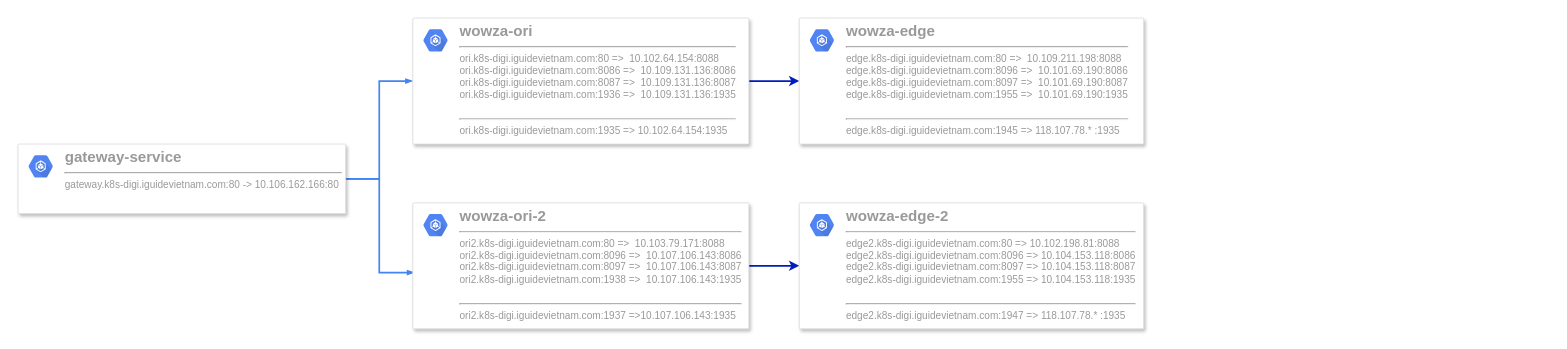
Earlier version of the draw.io diagram page "Page-1" (1 of 2) of service workflow/service.drawio (TheMacCuoi/streaming-services-structure). Source tidied: cells renumbered, new cells numbered last; positions are measured from the earlier drawing's top-left corner, leaving out a move shared by most shapes. Both pictures are drawn from the tidied source at 84%, with x=0, y=0 at pixel (18, 18).
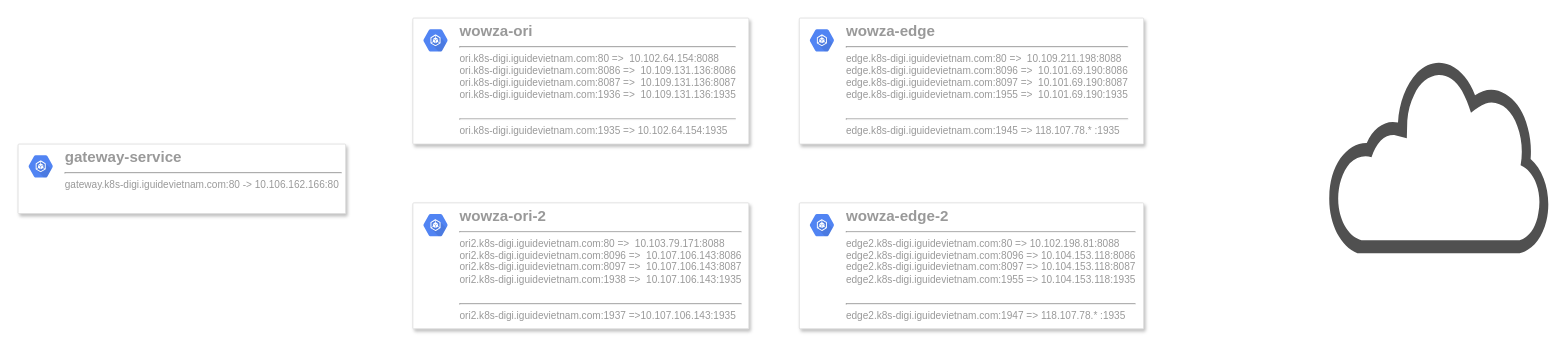
The same diagram, later.

What changed in the source:
```diff
@@
 <mxGraphModel>
   <root>
     <mxCell id="0" />
     <mxCell id="1" parent="0" />
-    <mxCell id="2" style="edgeStyle=orthogonalEdgeStyle;rounded=0;elbow=vertical;html=1;labelBackgroundColor=none;startFill=1;startSize=4;endArrow=blockThin;endFill=1;endSize=4;jettySize=auto;strokeColor=#4284F3;strokeWidth=2;fontSize=12;fontColor=#000000;align=left;dashed=0;entryX=0;entryY=0.5;entryDx=0;entryDy=0;exitX=1;exitY=0.5;exitDx=0;exitDy=0;" parent="1" edge="1" source="7" target="5">
-      <mxGeometry relative="1" as="geometry" />
-    </mxCell>
-    <mxCell id="3" style="edgeStyle=orthogonalEdgeStyle;rounded=0;elbow=vertical;html=1;labelBackgroundColor=none;startFill=1;startSize=4;endArrow=blockThin;endFill=1;endSize=4;jettySize=auto;strokeColor=#4284F3;strokeWidth=2;fontSize=12;fontColor=#000000;align=left;dashed=0;exitX=1;exitY=0.5;exitDx=0;exitDy=0;entryX=0.005;entryY=0.553;entryDx=0;entryDy=0;entryPerimeter=0;" parent="1" edge="1" source="7" target="10">
-      <mxGeometry relative="1" as="geometry" />
-    </mxCell>
-    <mxCell id="4" style="edgeStyle=orthogonalEdgeStyle;rounded=0;jettySize=auto;html=1;entryX=0;entryY=0.5;entryDx=0;entryDy=0;fillColor=#0050ef;strokeColor=#001DBC;strokeWidth=2;" parent="1" edge="1" source="5" target="12">
-      <mxGeometry relative="1" as="geometry" />
-    </mxCell>
     <mxCell id="5" style="strokeColor=#dddddd;fillColor=#ffffff;shadow=1;strokeWidth=1;rounded=1;absoluteArcSize=1;arcSize=2;fontSize=11;fontColor=#9E9E9E;align=center;html=1;" parent="1" vertex="1">
       <mxGeometry x="470" width="400" height="150" as="geometry" />
     </mxCell>
     <mxCell id="6" value="&lt;b&gt;&lt;font style=&quot;&quot;&gt;&lt;font style=&quot;font-size: 18px;&quot;&gt;wowza-ori&lt;/font&gt;&lt;br&gt;&lt;/font&gt;&lt;/b&gt;&lt;hr&gt;ori.k8s-digi.iguidevietnam.com:80 =&amp;gt;&amp;nbsp;&amp;nbsp;10.102.64.154:8088&lt;br&gt;ori.k8s-digi.iguidevietnam.com:8086 =&amp;gt;&amp;nbsp; 10.109.131.136:8086&lt;br&gt;ori.k8s-digi.iguidevietnam.com:8087 =&amp;gt;&amp;nbsp; 10.109.131.136:8087&lt;br&gt;ori.k8s-digi.iguidevietnam.com:1936 =&amp;gt;&amp;nbsp; 10.109.131.136:1935&lt;br&gt;&lt;br style=&quot;border-color: var(--border-color);&quot;&gt;&lt;hr style=&quot;border-color: var(--border-color);&quot;&gt;ori.k8s-digi.iguidevietnam.com:1935 =&amp;gt;&amp;nbsp;10.102.64.154:1935&amp;nbsp;" style="dashed=0;html=1;fillColor=#5184F3;strokeColor=none;shape=mxgraph.gcp2.hexIcon;prIcon=container_engine;labelPosition=right;verticalLabelPosition=middle;align=left;verticalAlign=top;spacingLeft=5;fontColor=#999999;fontSize=12;spacingTop=-8;" parent="5" vertex="1">
       <mxGeometry width="44" height="39" relative="1" as="geometry">
         <mxPoint x="5" y="7" as="offset" />
       </mxGeometry>
     </mxCell>
     <mxCell id="7" style="strokeColor=#dddddd;fillColor=#ffffff;shadow=1;strokeWidth=1;rounded=1;absoluteArcSize=1;arcSize=2;fontSize=11;fontColor=#9E9E9E;align=center;html=1;" parent="1" vertex="1">
       <mxGeometry y="150" width="390" height="82.8" as="geometry" />
     </mxCell>
     <mxCell id="8" value="&lt;b&gt;&lt;font style=&quot;font-size: 18px;&quot;&gt;gateway-service&lt;/font&gt;&lt;/b&gt;&lt;br&gt;&lt;hr&gt;gateway.k8s-digi.iguidevietnam.com:80 -&amp;gt;&amp;nbsp;10.106.162.166:80&amp;nbsp;" style="dashed=0;html=1;fillColor=#5184F3;strokeColor=none;shape=mxgraph.gcp2.hexIcon;prIcon=container_engine;labelPosition=right;verticalLabelPosition=middle;align=left;verticalAlign=top;spacingLeft=5;fontColor=#999999;fontSize=12;spacingTop=-8;" parent="7" vertex="1">
       <mxGeometry width="44" height="39" relative="1" as="geometry">
         <mxPoint x="5" y="7" as="offset" />
       </mxGeometry>
     </mxCell>
-    <mxCell id="9" style="edgeStyle=orthogonalEdgeStyle;rounded=0;jettySize=auto;html=1;entryX=0;entryY=0.5;entryDx=0;entryDy=0;fillColor=#0050ef;strokeColor=#001DBC;strokeWidth=2;" parent="1" edge="1" source="10" target="14">
-      <mxGeometry relative="1" as="geometry" />
-    </mxCell>
     <mxCell id="10" style="strokeColor=#dddddd;fillColor=#ffffff;shadow=1;strokeWidth=1;rounded=1;absoluteArcSize=1;arcSize=2;fontSize=11;fontColor=#9E9E9E;align=center;html=1;" parent="1" vertex="1">
       <mxGeometry x="470" y="220" width="400" height="150" as="geometry" />
     </mxCell>
     <mxCell id="11" value="&lt;b&gt;&lt;font style=&quot;&quot;&gt;&lt;font style=&quot;font-size: 18px;&quot;&gt;wowza-ori-2&lt;/font&gt;&lt;br&gt;&lt;/font&gt;&lt;/b&gt;&lt;hr&gt;ori2.k8s-digi.iguidevietnam.com:80 =&amp;gt;&amp;nbsp;&amp;nbsp;10.103.79.171:8088&lt;br&gt;ori2.k8s-digi.iguidevietnam.com:8096 =&amp;gt;&amp;nbsp; 10.107.106.143:8086&lt;br&gt;ori2.k8s-digi.iguidevietnam.com:8097 =&amp;gt;&amp;nbsp; 10.107.106.143:8087&lt;br&gt;ori2.k8s-digi.iguidevietnam.com:1938 =&amp;gt;&amp;nbsp; 10.107.106.143:1935&lt;br&gt;&lt;br style=&quot;border-color: var(--border-color);&quot;&gt;&lt;hr style=&quot;border-color: var(--border-color);&quot;&gt;ori2.k8s-digi.iguidevietnam.com:1937 =&amp;gt;10.107.106.143:1935&amp;nbsp;" style="dashed=0;html=1;fillColor=#5184F3;strokeColor=none;shape=mxgraph.gcp2.hexIcon;prIcon=container_engine;labelPosition=right;verticalLabelPosition=middle;align=left;verticalAlign=top;spacingLeft=5;fontColor=#999999;fontSize=12;spacingTop=-8;" parent="10" vertex="1">
       <mxGeometry width="44" height="39" relative="1" as="geometry">
         <mxPoint x="5" y="7" as="offset" />
       </mxGeometry>
     </mxCell>
     <mxCell id="12" style="strokeColor=#dddddd;fillColor=#ffffff;shadow=1;strokeWidth=1;rounded=1;absoluteArcSize=1;arcSize=2;fontSize=11;fontColor=#9E9E9E;align=center;html=1;" parent="1" vertex="1">
       <mxGeometry x="930" width="410" height="150" as="geometry" />
     </mxCell>
     <mxCell id="13" value="&lt;b&gt;&lt;font style=&quot;&quot;&gt;&lt;font style=&quot;font-size: 18px;&quot;&gt;wowza-edge&lt;/font&gt;&lt;br&gt;&lt;/font&gt;&lt;/b&gt;&lt;hr&gt;edge.k8s-digi.iguidevietnam.com:80 =&amp;gt;&amp;nbsp;&amp;nbsp;10.109.211.198:8088&lt;br&gt;edge.k8s-digi.iguidevietnam.com:8096 =&amp;gt;&amp;nbsp; 10.101.69.190:8086&lt;br&gt;edge.k8s-digi.iguidevietnam.com:8097 =&amp;gt;&amp;nbsp; 10.101.69.190:8087&lt;br&gt;edge.k8s-digi.iguidevietnam.com:1955 =&amp;gt;&amp;nbsp;&amp;nbsp;10.101.69.190:1935&lt;br&gt;&lt;br style=&quot;border-color: var(--border-color);&quot;&gt;&lt;hr style=&quot;border-color: var(--border-color);&quot;&gt;edge.k8s-digi.iguidevietnam.com:1945 =&amp;gt; 118.107.78.* :1935&amp;nbsp;" style="dashed=0;html=1;fillColor=#5184F3;strokeColor=none;shape=mxgraph.gcp2.hexIcon;prIcon=container_engine;labelPosition=right;verticalLabelPosition=middle;align=left;verticalAlign=top;spacingLeft=5;fontColor=#999999;fontSize=12;spacingTop=-8;" parent="12" vertex="1">
       <mxGeometry width="44" height="39" relative="1" as="geometry">
         <mxPoint x="5" y="7" as="offset" />
       </mxGeometry>
     </mxCell>
     <mxCell id="14" style="strokeColor=#dddddd;fillColor=#ffffff;shadow=1;strokeWidth=1;rounded=1;absoluteArcSize=1;arcSize=2;fontSize=11;fontColor=#9E9E9E;align=center;html=1;" parent="1" vertex="1">
       <mxGeometry x="930" y="220" width="410" height="150" as="geometry" />
     </mxCell>
     <mxCell id="15" value="&lt;b&gt;&lt;font style=&quot;&quot;&gt;&lt;font style=&quot;font-size: 18px;&quot;&gt;wowza-edge-2&lt;/font&gt;&lt;br&gt;&lt;/font&gt;&lt;/b&gt;&lt;hr&gt;edge2.k8s-digi.iguidevietnam.com:80 =&amp;gt; 10.102.198.81:8088&lt;br&gt;edge2.k8s-digi.iguidevietnam.com:8096 =&amp;gt; 10.104.153.118:8086&lt;br&gt;edge2.k8s-digi.iguidevietnam.com:8097 =&amp;gt;&amp;nbsp;10.104.153.118:8087&lt;br&gt;edge2.k8s-digi.iguidevietnam.com:1955 =&amp;gt; 10.104.153.118:1935&lt;br&gt;&lt;br style=&quot;border-color: var(--border-color);&quot;&gt;&lt;hr style=&quot;border-color: var(--border-color);&quot;&gt;edge2.k8s-digi.iguidevietnam.com:1947 =&amp;gt; 118.107.78.* :1935&amp;nbsp;" style="dashed=0;html=1;fillColor=#5184F3;strokeColor=none;shape=mxgraph.gcp2.hexIcon;prIcon=container_engine;labelPosition=right;verticalLabelPosition=middle;align=left;verticalAlign=top;spacingLeft=5;fontColor=#999999;fontSize=12;spacingTop=-8;" parent="14" vertex="1">
       <mxGeometry width="44" height="39" relative="1" as="geometry">
         <mxPoint x="5" y="7" as="offset" />
       </mxGeometry>
     </mxCell>
+    <mxCell id="16" style="sketch=0;shadow=0;dashed=0;html=1;strokeColor=none;fillColor=#505050;labelPosition=center;verticalLabelPosition=bottom;verticalAlign=top;align=center;shape=mxgraph.office.clouds.cloud;" parent="1" vertex="1">
+      <mxGeometry x="1560" y="50" width="266" height="230" as="geometry" />
+    </mxCell>
   </root>
 </mxGraphModel>
```
